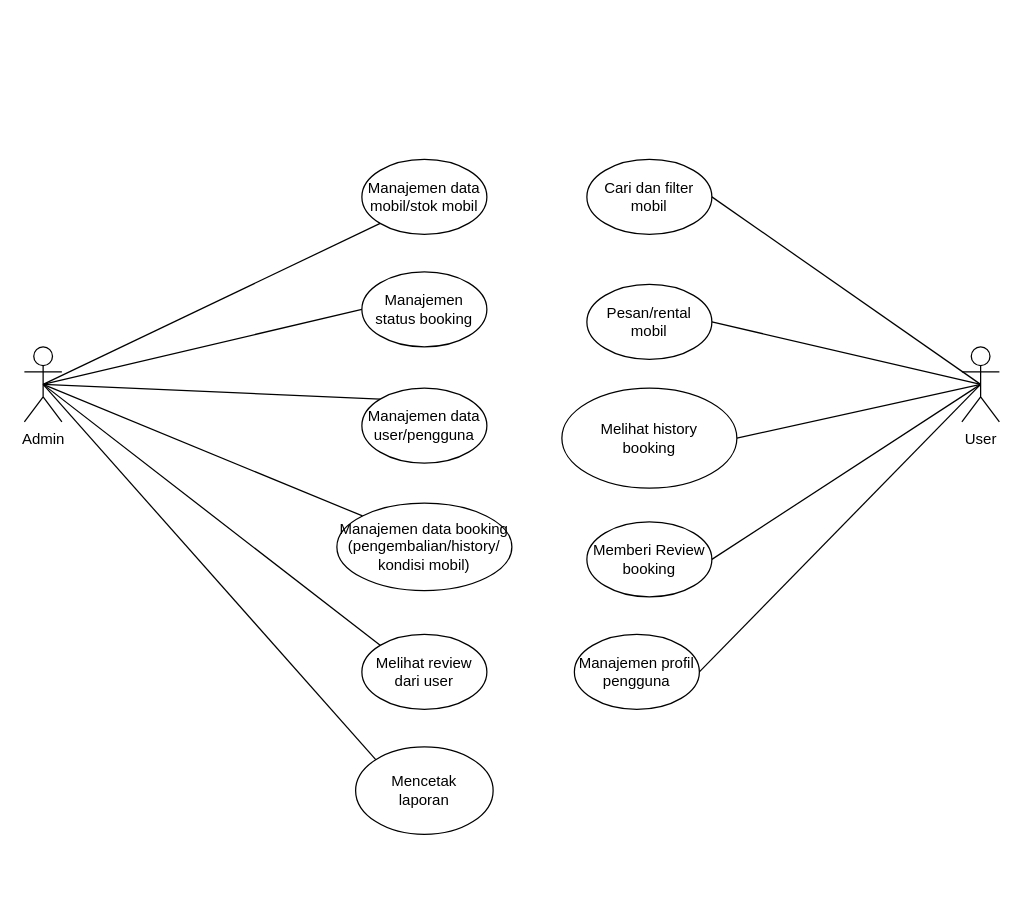
Before: design/use case/usecasecar.drawio in muhammmadrizky99/carrental, a draw.io diagram. Source tidied: cells renumbered, new cells numbered last; positions are measured from the earlier drawing's top-left corner, leaving out a move shared by most shapes. Both pictures are drawn from the tidied source at 125%, with x=0, y=0 at pixel (24, 159).
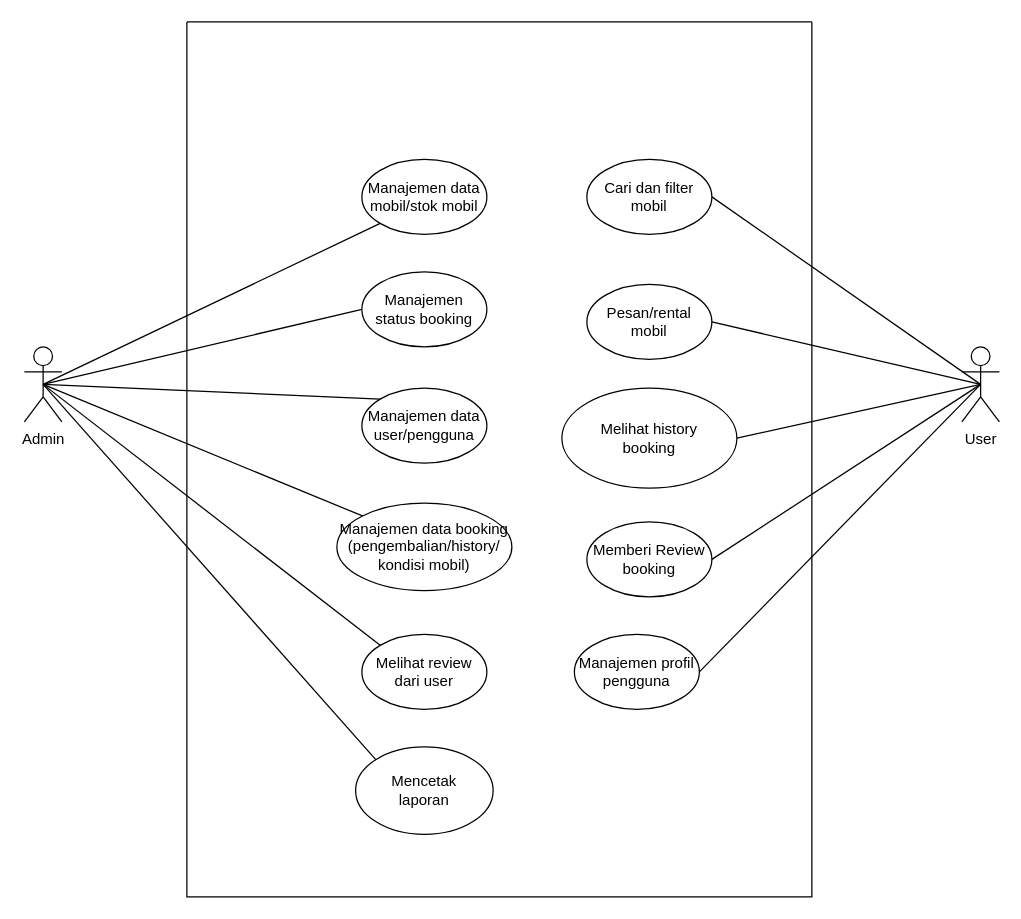
Above is the later version.

What changed in the source:
```diff
@@
+    <mxCell id="26" style="swimlane;startSize=0;" parent="1" vertex="1">
+      <mxGeometry x="130" y="-110" width="500" height="700" as="geometry" />
+    </mxCell>
```
